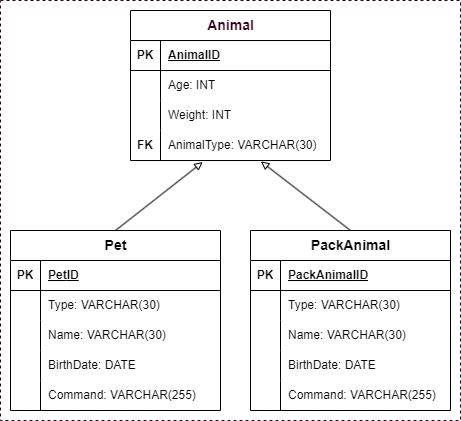
Above: OOP/ClassDiagram/class-diagram.png in PDV-geekbrains/The-final-task-of-the-first-year-of-study (draw.io), before the change. Source tidied: cells renumbered, new cells last; positions are measured from the earlier drawing's top-left corner, leaving out a move shared by most shapes.
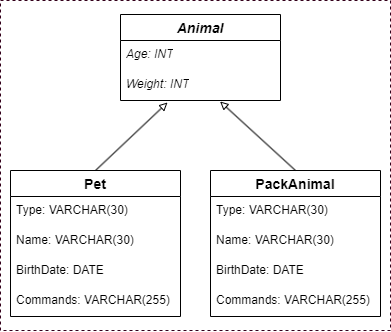
After the commit.

Commit message:
Modified class-diagram.

What changed in the source:
```diff
@@ -3,148 +3,56 @@
     <mxCell id="0" />
     <mxCell id="1" parent="0" />
     <mxCell id="2" style="rounded=0;whiteSpace=wrap;html=1;dashed=1;strokeColor=#33001A;fillColor=none;" parent="1" vertex="1">
-      <mxGeometry width="460" height="420" as="geometry" />
+      <mxGeometry x="510" y="60" width="390" height="330" as="geometry" />
     </mxCell>
-    <mxCell id="3" value="&lt;span style=&quot;color: rgb(51, 0, 26); font-size: 14px;&quot;&gt;Animal&lt;/span&gt;" style="shape=table;startSize=30;rowLines=0;fontStyle=1;align=center;html=1;" parent="1" vertex="1">
-      <mxGeometry x="130" y="10" width="200" height="150" as="geometry" />
+    <mxCell id="3" value="Animal" style="swimlane;fontStyle=3;horizontal=1;startSize=26;align=center;fontSize=14;" parent="1" vertex="1">
+      <mxGeometry x="630" y="74" width="160" height="86" as="geometry" />
     </mxCell>
-    <mxCell id="4" style="shape=tableRow;horizontal=0;startSize=0;swimlaneHead=0;swimlaneBody=0;fillColor=none;top=0;left=0;right=0;bottom=1;strokeColor=default;" parent="3" vertex="1">
-      <mxGeometry y="30" width="200" height="30" as="geometry" />
-    </mxCell>
-    <mxCell id="5" value="PK" style="shape=partialRectangle;fillColor=none;top=0;left=0;bottom=0;right=0;fontStyle=1;overflow=hidden;whiteSpace=wrap;html=1;" parent="4" vertex="1">
-      <mxGeometry width="30" height="30" as="geometry" />
-    </mxCell>
-    <mxCell id="6" value="AnimalID" style="shape=partialRectangle;fillColor=none;top=0;left=0;bottom=0;right=0;align=left;spacingLeft=6;fontStyle=5;overflow=hidden;whiteSpace=wrap;html=1;" parent="4" vertex="1">
-      <mxGeometry x="30" width="170" height="30" as="geometry" />
-    </mxCell>
-    <mxCell id="7" style="shape=tableRow;horizontal=0;startSize=0;swimlaneHead=0;swimlaneBody=0;fillColor=none;top=0;left=0;right=0;bottom=0;" parent="3" vertex="1">
-      <mxGeometry y="60" width="200" height="30" as="geometry" />
-    </mxCell>
-    <mxCell id="8" style="shape=partialRectangle;fillColor=none;top=0;left=0;bottom=0;right=0;overflow=hidden;whiteSpace=wrap;html=1;" parent="7" vertex="1">
-      <mxGeometry width="30" height="30" as="geometry" />
-    </mxCell>
-    <mxCell id="9" value="Age: INT" style="shape=partialRectangle;fillColor=none;top=0;left=0;bottom=0;right=0;align=left;spacingLeft=6;overflow=hidden;whiteSpace=wrap;html=1;" parent="7" vertex="1">
-      <mxGeometry x="30" width="170" height="30" as="geometry" />
+    <mxCell id="9" value="&lt;i&gt;Age: INT&lt;/i&gt;" style="text;strokeColor=none;fillColor=none;spacingLeft=4;spacingRight=4;overflow=hidden;fontSize=12;whiteSpace=wrap;html=1;" parent="3" vertex="1">
+      <mxGeometry y="26" width="160" height="30" as="geometry" />
     </mxCell>
-    <mxCell id="10" style="shape=tableRow;horizontal=0;startSize=0;swimlaneHead=0;swimlaneBody=0;fillColor=none;top=0;left=0;right=0;bottom=0;" parent="3" vertex="1">
-      <mxGeometry y="90" width="200" height="30" as="geometry" />
-    </mxCell>
-    <mxCell id="11" style="shape=partialRectangle;fillColor=none;top=0;left=0;bottom=0;right=0;overflow=hidden;whiteSpace=wrap;html=1;" parent="10" vertex="1">
-      <mxGeometry width="30" height="30" as="geometry" />
-    </mxCell>
-    <mxCell id="12" value="Weight: INT" style="shape=partialRectangle;fillColor=none;top=0;left=0;bottom=0;right=0;align=left;spacingLeft=6;overflow=hidden;whiteSpace=wrap;html=1;" parent="10" vertex="1">
-      <mxGeometry x="30" width="170" height="30" as="geometry" />
+    <mxCell id="12" value="&lt;i&gt;Weight: INT&lt;/i&gt;" style="text;strokeColor=none;fillColor=none;spacingLeft=4;spacingRight=4;overflow=hidden;fontSize=12;whiteSpace=wrap;html=1;" parent="3" vertex="1">
+      <mxGeometry y="56" width="160" height="30" as="geometry" />
     </mxCell>
-    <mxCell id="13" style="shape=tableRow;horizontal=0;startSize=0;swimlaneHead=0;swimlaneBody=0;fillColor=none;points=[[0,0.5],[1,0.5]];portConstraint=eastwest;top=0;left=0;right=0;bottom=0;" parent="3" vertex="1">
-      <mxGeometry y="120" width="200" height="30" as="geometry" />
-    </mxCell>
-    <mxCell id="14" value="&lt;b&gt;FK&lt;/b&gt;" style="shape=partialRectangle;fillColor=none;top=0;left=0;bottom=0;right=0;overflow=hidden;whiteSpace=wrap;html=1;" parent="13" vertex="1">
-      <mxGeometry width="30" height="30" as="geometry" />
-    </mxCell>
-    <mxCell id="15" value="AnimalType: VARCHAR(30)" style="shape=partialRectangle;fillColor=none;top=0;left=0;bottom=0;right=0;align=left;spacingLeft=6;overflow=hidden;whiteSpace=wrap;html=1;" parent="13" vertex="1">
-      <mxGeometry x="30" width="170" height="30" as="geometry" />
-    </mxCell>
-    <mxCell id="16" value="&lt;span style=&quot;font-size: 14px;&quot;&gt;Pet&lt;/span&gt;" style="shape=table;startSize=30;rowLines=0;fontStyle=1;align=center;html=1;" parent="1" vertex="1">
-      <mxGeometry x="10" y="230" width="210" height="180" as="geometry" />
+    <mxCell id="16" value="Pet" style="swimlane;fontStyle=1;horizontal=1;startSize=26;align=center;fontSize=14;" parent="1" vertex="1">
+      <mxGeometry x="520" y="230" width="170" height="146" as="geometry" />
     </mxCell>
-    <mxCell id="17" style="shape=tableRow;horizontal=0;startSize=0;swimlaneHead=0;swimlaneBody=0;fillColor=none;top=0;left=0;right=0;bottom=1;" parent="16" vertex="1">
-      <mxGeometry y="30" width="210" height="30" as="geometry" />
-    </mxCell>
-    <mxCell id="18" value="PK" style="shape=partialRectangle;fillColor=none;top=0;left=0;bottom=0;right=0;fontStyle=1;overflow=hidden;whiteSpace=wrap;html=1;" parent="17" vertex="1">
-      <mxGeometry width="30" height="30" as="geometry" />
-    </mxCell>
-    <mxCell id="19" value="&lt;div style=&quot;text-align: center;&quot;&gt;&lt;span style=&quot;background-color: initial;&quot;&gt;&lt;span style=&quot;text-wrap-mode: nowrap;&quot;&gt;&lt;font&gt;Pet&lt;/font&gt;&lt;/span&gt;ID&lt;/span&gt;&lt;/div&gt;" style="shape=partialRectangle;fillColor=none;top=0;left=0;bottom=0;right=0;align=left;spacingLeft=6;fontStyle=5;overflow=hidden;whiteSpace=wrap;html=1;" parent="17" vertex="1">
-      <mxGeometry x="30" width="180" height="30" as="geometry" />
-    </mxCell>
-    <mxCell id="20" style="shape=tableRow;horizontal=0;startSize=0;swimlaneHead=0;swimlaneBody=0;fillColor=none;top=0;left=0;right=0;bottom=0;" parent="16" vertex="1">
-      <mxGeometry y="60" width="210" height="30" as="geometry" />
-    </mxCell>
-    <mxCell id="21" style="shape=partialRectangle;fillColor=none;top=0;left=0;bottom=0;right=0;overflow=hidden;whiteSpace=wrap;html=1;" parent="20" vertex="1">
-      <mxGeometry width="30" height="30" as="geometry" />
-    </mxCell>
-    <mxCell id="22" value="Type: VARCHAR(30)" style="shape=partialRectangle;fillColor=none;top=0;left=0;bottom=0;right=0;align=left;spacingLeft=6;overflow=hidden;whiteSpace=wrap;html=1;" parent="20" vertex="1">
-      <mxGeometry x="30" width="180" height="30" as="geometry" />
-    </mxCell>
-    <mxCell id="23" style="shape=tableRow;horizontal=0;startSize=0;swimlaneHead=0;swimlaneBody=0;fillColor=none;top=0;left=0;right=0;bottom=0;" parent="16" vertex="1">
-      <mxGeometry y="90" width="210" height="30" as="geometry" />
-    </mxCell>
-    <mxCell id="24" style="shape=partialRectangle;fillColor=none;top=0;left=0;bottom=0;right=0;overflow=hidden;whiteSpace=wrap;html=1;" parent="23" vertex="1">
-      <mxGeometry width="30" height="30" as="geometry" />
-    </mxCell>
-    <mxCell id="25" value="Name: VARCHAR(30)" style="shape=partialRectangle;fillColor=none;top=0;left=0;bottom=0;right=0;align=left;spacingLeft=6;overflow=hidden;whiteSpace=wrap;html=1;" parent="23" vertex="1">
-      <mxGeometry x="30" width="180" height="30" as="geometry" />
-    </mxCell>
-    <mxCell id="26" style="shape=tableRow;horizontal=0;startSize=0;swimlaneHead=0;swimlaneBody=0;fillColor=none;top=0;left=0;right=0;bottom=0;" parent="16" vertex="1">
-      <mxGeometry y="120" width="210" height="30" as="geometry" />
-    </mxCell>
-    <mxCell id="27" style="shape=partialRectangle;fillColor=none;top=0;left=0;bottom=0;right=0;overflow=hidden;whiteSpace=wrap;html=1;" parent="26" vertex="1">
-      <mxGeometry width="30" height="30" as="geometry" />
-    </mxCell>
-    <mxCell id="28" value="BirthDate: DATE" style="shape=partialRectangle;fillColor=none;top=0;left=0;bottom=0;right=0;align=left;spacingLeft=6;overflow=hidden;whiteSpace=wrap;html=1;" parent="26" vertex="1">
-      <mxGeometry x="30" width="180" height="30" as="geometry" />
-    </mxCell>
-    <mxCell id="29" style="shape=tableRow;horizontal=0;startSize=0;swimlaneHead=0;swimlaneBody=0;fillColor=none;top=0;left=0;right=0;bottom=0;" parent="16" vertex="1">
-      <mxGeometry y="150" width="210" height="30" as="geometry" />
-    </mxCell>
-    <mxCell id="30" style="shape=partialRectangle;fillColor=none;top=0;left=0;bottom=0;right=0;overflow=hidden;whiteSpace=wrap;html=1;" parent="29" vertex="1">
-      <mxGeometry width="30" height="30" as="geometry" />
-    </mxCell>
-    <mxCell id="31" value="Command: VARCHAR(255)" style="shape=partialRectangle;fillColor=none;top=0;left=0;bottom=0;right=0;align=left;spacingLeft=6;overflow=hidden;whiteSpace=wrap;html=1;" parent="29" vertex="1">
-      <mxGeometry x="30" width="180" height="30" as="geometry" />
-    </mxCell>
+    <mxCell id="50" value="Type: VARCHAR(30)" style="text;strokeColor=none;fillColor=none;spacingLeft=4;spacingRight=4;overflow=hidden;fontSize=12;whiteSpace=wrap;html=1;" parent="16" vertex="1">
+      <mxGeometry y="26" width="170" height="30" as="geometry" />
+    </mxCell>
+    <mxCell id="51" value="Name: VARCHAR(30)" style="text;strokeColor=none;fillColor=none;spacingLeft=4;spacingRight=4;overflow=hidden;fontSize=12;whiteSpace=wrap;html=1;" parent="16" vertex="1">
+      <mxGeometry y="56" width="170" height="30" as="geometry" />
+    </mxCell>
+    <mxCell id="52" value="BirthDate: DATE" style="text;strokeColor=none;fillColor=none;spacingLeft=4;spacingRight=4;overflow=hidden;fontSize=12;whiteSpace=wrap;html=1;" parent="16" vertex="1">
+      <mxGeometry y="86" width="170" height="30" as="geometry" />
+    </mxCell>
+    <mxCell id="53" value="Commands: VARCHAR(255)" style="text;strokeColor=none;fillColor=none;spacingLeft=4;spacingRight=4;overflow=hidden;fontSize=12;whiteSpace=wrap;html=1;" parent="16" vertex="1">
+      <mxGeometry y="116" width="170" height="30" as="geometry" />
+    </mxCell>
-    <mxCell id="32" value="&lt;span style=&quot;font-size: 14px;&quot;&gt;PackAnimal&lt;/span&gt;" style="shape=table;startSize=30;rowLines=0;fontStyle=1;align=center;html=1;" parent="1" vertex="1">
-      <mxGeometry x="250" y="230" width="200" height="180" as="geometry" />
+    <mxCell id="32" value="PackAnimal" style="swimlane;fontStyle=1;horizontal=1;startSize=26;align=center;fontSize=14;" parent="1" vertex="1">
+      <mxGeometry x="720" y="230" width="170" height="146" as="geometry" />
     </mxCell>
-    <mxCell id="33" style="shape=tableRow;horizontal=0;startSize=0;swimlaneHead=0;swimlaneBody=0;fillColor=none;top=0;left=0;right=0;bottom=1;" parent="32" vertex="1">
-      <mxGeometry y="30" width="200" height="30" as="geometry" />
-    </mxCell>
-    <mxCell id="34" value="PK" style="shape=partialRectangle;fillColor=none;top=0;left=0;bottom=0;right=0;fontStyle=1;overflow=hidden;whiteSpace=wrap;html=1;" parent="33" vertex="1">
-      <mxGeometry width="30" height="30" as="geometry" />
-    </mxCell>
-    <mxCell id="35" value="&lt;font&gt;&lt;span style=&quot;text-align: center; text-wrap-mode: nowrap;&quot;&gt;PackAnimal&lt;/span&gt;ID&lt;/font&gt;" style="shape=partialRectangle;fillColor=none;top=0;left=0;bottom=0;right=0;align=left;spacingLeft=6;fontStyle=5;overflow=hidden;whiteSpace=wrap;html=1;" parent="33" vertex="1">
-      <mxGeometry x="30" width="170" height="30" as="geometry" />
-    </mxCell>
-    <mxCell id="36" style="shape=tableRow;horizontal=0;startSize=0;swimlaneHead=0;swimlaneBody=0;fillColor=none;top=0;left=0;right=0;bottom=0;" parent="32" vertex="1">
-      <mxGeometry y="60" width="200" height="30" as="geometry" />
-    </mxCell>
-    <mxCell id="37" style="shape=partialRectangle;fillColor=none;top=0;left=0;bottom=0;right=0;overflow=hidden;whiteSpace=wrap;html=1;" parent="36" vertex="1">
-      <mxGeometry width="30" height="30" as="geometry" />
-    </mxCell>
-    <mxCell id="38" value="Type: VARCHAR(30)" style="shape=partialRectangle;fillColor=none;top=0;left=0;bottom=0;right=0;align=left;spacingLeft=6;overflow=hidden;whiteSpace=wrap;html=1;" parent="36" vertex="1">
-      <mxGeometry x="30" width="170" height="30" as="geometry" />
-    </mxCell>
-    <mxCell id="39" style="shape=tableRow;horizontal=0;startSize=0;swimlaneHead=0;swimlaneBody=0;fillColor=none;top=0;left=0;right=0;bottom=0;" parent="32" vertex="1">
-      <mxGeometry y="90" width="200" height="30" as="geometry" />
-    </mxCell>
-    <mxCell id="40" style="shape=partialRectangle;fillColor=none;top=0;left=0;bottom=0;right=0;overflow=hidden;whiteSpace=wrap;html=1;" parent="39" vertex="1">
-      <mxGeometry width="30" height="30" as="geometry" />
-    </mxCell>
-    <mxCell id="41" value="Name: VARCHAR(30)" style="shape=partialRectangle;fillColor=none;top=0;left=0;bottom=0;right=0;align=left;spacingLeft=6;overflow=hidden;whiteSpace=wrap;html=1;" parent="39" vertex="1">
-      <mxGeometry x="30" width="170" height="30" as="geometry" />
-    </mxCell>
-    <mxCell id="42" style="shape=tableRow;horizontal=0;startSize=0;swimlaneHead=0;swimlaneBody=0;fillColor=none;top=0;left=0;right=0;bottom=0;" parent="32" vertex="1">
-      <mxGeometry y="120" width="200" height="30" as="geometry" />
-    </mxCell>
-    <mxCell id="43" style="shape=partialRectangle;fillColor=none;top=0;left=0;bottom=0;right=0;overflow=hidden;whiteSpace=wrap;html=1;" parent="42" vertex="1">
-      <mxGeometry width="30" height="30" as="geometry" />
-    </mxCell>
-    <mxCell id="44" value="BirthDate: DATE" style="shape=partialRectangle;fillColor=none;top=0;left=0;bottom=0;right=0;align=left;spacingLeft=6;overflow=hidden;whiteSpace=wrap;html=1;" parent="42" vertex="1">
-      <mxGeometry x="30" width="170" height="30" as="geometry" />
-    </mxCell>
-    <mxCell id="45" style="shape=tableRow;horizontal=0;startSize=0;swimlaneHead=0;swimlaneBody=0;fillColor=none;top=0;left=0;right=0;bottom=0;" parent="32" vertex="1">
-      <mxGeometry y="150" width="200" height="30" as="geometry" />
-    </mxCell>
-    <mxCell id="46" style="shape=partialRectangle;fillColor=none;top=0;left=0;bottom=0;right=0;overflow=hidden;whiteSpace=wrap;html=1;" parent="45" vertex="1">
-      <mxGeometry width="30" height="30" as="geometry" />
-    </mxCell>
-    <mxCell id="47" value="Command: VARCHAR(255)" style="shape=partialRectangle;fillColor=none;top=0;left=0;bottom=0;right=0;align=left;spacingLeft=6;overflow=hidden;whiteSpace=wrap;html=1;" parent="45" vertex="1">
-      <mxGeometry x="30" width="170" height="30" as="geometry" />
-    </mxCell>
-    <mxCell id="48" style="endArrow=block;html=1;rounded=0;exitX=0.5;exitY=0;exitDx=0;exitDy=0;entryX=0.361;entryY=1.053;entryDx=0;entryDy=0;entryPerimeter=0;endFill=0;" parent="1" edge="1" source="16" target="13">
-      <mxGeometry relative="1" as="geometry" />
-    </mxCell>
-    <mxCell id="49" style="endArrow=block;html=1;rounded=0;exitX=0.5;exitY=0;exitDx=0;exitDy=0;entryX=0.652;entryY=1.032;entryDx=0;entryDy=0;entryPerimeter=0;endFill=0;" parent="1" edge="1" source="32" target="13">
-      <mxGeometry relative="1" as="geometry" />
-    </mxCell>
+    <mxCell id="54" value="Type: VARCHAR(30)" style="text;strokeColor=none;fillColor=none;spacingLeft=4;spacingRight=4;overflow=hidden;fontSize=12;whiteSpace=wrap;html=1;" parent="32" vertex="1">
+      <mxGeometry y="26" width="170" height="30" as="geometry" />
+    </mxCell>
+    <mxCell id="55" value="Name: VARCHAR(30)" style="text;strokeColor=none;fillColor=none;spacingLeft=4;spacingRight=4;overflow=hidden;fontSize=12;whiteSpace=wrap;html=1;" parent="32" vertex="1">
+      <mxGeometry y="56" width="170" height="30" as="geometry" />
+    </mxCell>
+    <mxCell id="56" value="BirthDate: DATE" style="text;strokeColor=none;fillColor=none;spacingLeft=4;spacingRight=4;overflow=hidden;fontSize=12;whiteSpace=wrap;html=1;" parent="32" vertex="1">
+      <mxGeometry y="86" width="170" height="30" as="geometry" />
+    </mxCell>
+    <mxCell id="57" value="Commands: VARCHAR(255)" style="text;strokeColor=none;fillColor=none;spacingLeft=4;spacingRight=4;overflow=hidden;fontSize=12;whiteSpace=wrap;html=1;" parent="32" vertex="1">
+      <mxGeometry y="116" width="170" height="30" as="geometry" />
+    </mxCell>
+    <mxCell id="58" style="endArrow=block;html=1;rounded=0;exitX=0.5;exitY=0;exitDx=0;exitDy=0;entryX=0.361;entryY=1.053;entryDx=0;entryDy=0;entryPerimeter=0;endFill=0;" parent="1" edge="1" source="16">
+      <mxGeometry relative="1" as="geometry">
+        <mxPoint x="677" y="162" as="targetPoint" />
+      </mxGeometry>
+    </mxCell>
+    <mxCell id="59" style="endArrow=block;html=1;rounded=0;exitX=0.5;exitY=0;exitDx=0;exitDy=0;entryX=0.652;entryY=1.032;entryDx=0;entryDy=0;entryPerimeter=0;endFill=0;" parent="1" edge="1" source="32">
+      <mxGeometry relative="1" as="geometry">
+        <mxPoint x="729.6" y="161" as="targetPoint" />
+      </mxGeometry>
+    </mxCell>
   </root>
 </mxGraphModel>
```
